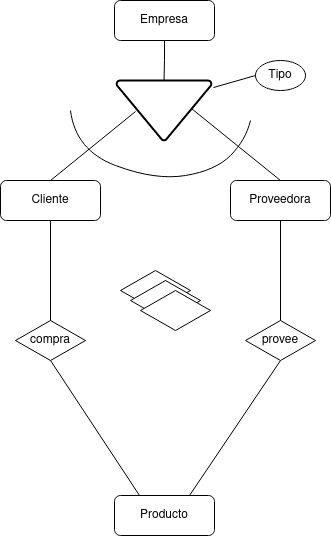
LuisMGlez/base-datos keeps this draw.io diagram as Unidad-1/Tareas/Tareas-evaluables/Tarea-evaluable-4/tarea-evaluable-4.drawio.png. Above is the earlier version. Source tidied: cells renumbered, new cells last; positions are measured from the earlier drawing's top-left corner, leaving out a move shared by most shapes. Source of this version:
```xml
<mxGraphModel>
  <root>
    <mxCell id="0" />
    <mxCell id="1" parent="0" />
    <mxCell id="2" value="Producto" style="rounded=1;whiteSpace=wrap;html=1;" parent="1" vertex="1">
      <mxGeometry x="114" y="495" width="100" height="40" as="geometry" />
    </mxCell>
    <mxCell id="3" style="edgeStyle=orthogonalEdgeStyle;rounded=0;jettySize=auto;html=1;exitX=0.5;exitY=1;exitDx=0;exitDy=0;entryX=0.5;entryY=0;entryDx=0;entryDy=0;endArrow=none;endFill=0;" parent="1" edge="1" source="4" target="21">
      <mxGeometry relative="1" as="geometry" />
    </mxCell>
    <mxCell id="4" value="Proveedora" style="rounded=1;whiteSpace=wrap;html=1;" parent="1" vertex="1">
      <mxGeometry x="230" y="180" width="100" height="40" as="geometry" />
    </mxCell>
    <mxCell id="5" style="edgeStyle=orthogonalEdgeStyle;rounded=0;jettySize=auto;html=1;exitX=0.5;exitY=1;exitDx=0;exitDy=0;entryX=0.5;entryY=0;entryDx=0;entryDy=0;endArrow=none;endFill=0;" parent="1" edge="1" source="6" target="19">
      <mxGeometry relative="1" as="geometry" />
    </mxCell>
    <mxCell id="6" value="Cliente" style="rounded=1;whiteSpace=wrap;html=1;" parent="1" vertex="1">
      <mxGeometry y="180" width="100" height="40" as="geometry" />
    </mxCell>
    <mxCell id="7" value="Empresa" style="rounded=1;whiteSpace=wrap;html=1;" parent="1" vertex="1">
      <mxGeometry x="114" width="100" height="40" as="geometry" />
    </mxCell>
    <mxCell id="8" style="strokeWidth=2;html=1;shape=mxgraph.flowchart.merge_or_storage;whiteSpace=wrap;" parent="1" vertex="1">
      <mxGeometry x="116" y="80" width="95" height="60" as="geometry" />
    </mxCell>
    <mxCell id="9" style="edgeStyle=orthogonalEdgeStyle;rounded=0;jettySize=auto;html=1;exitX=0.5;exitY=1;exitDx=0;exitDy=0;entryX=0.5;entryY=0;entryDx=0;entryDy=0;entryPerimeter=0;endArrow=none;endFill=0;" parent="1" edge="1" source="7" target="8">
      <mxGeometry relative="1" as="geometry" />
    </mxCell>
    <mxCell id="10" style="rounded=0;jettySize=auto;html=1;exitX=0.5;exitY=0;exitDx=0;exitDy=0;entryX=0.2;entryY=0.517;entryDx=0;entryDy=0;entryPerimeter=0;endArrow=none;endFill=0;" parent="1" edge="1" source="6" target="8">
      <mxGeometry relative="1" as="geometry" />
    </mxCell>
    <mxCell id="11" style="rounded=0;jettySize=auto;html=1;exitX=0.5;exitY=0;exitDx=0;exitDy=0;entryX=0.789;entryY=0.467;entryDx=0;entryDy=0;entryPerimeter=0;endArrow=none;endFill=0;" parent="1" edge="1" source="4" target="8">
      <mxGeometry relative="1" as="geometry" />
    </mxCell>
    <mxCell id="12" value="Tipo" style="ellipse;whiteSpace=wrap;html=1;" parent="1" vertex="1">
      <mxGeometry x="255" y="60" width="50" height="30" as="geometry" />
    </mxCell>
    <mxCell id="13" style="rounded=0;jettySize=auto;html=1;exitX=0;exitY=0.5;exitDx=0;exitDy=0;entryX=1.021;entryY=0.117;entryDx=0;entryDy=0;entryPerimeter=0;endArrow=none;endFill=0;" parent="1" edge="1" source="12" target="8">
      <mxGeometry relative="1" as="geometry" />
    </mxCell>
    <mxCell id="14" style="curved=1;endArrow=none;html=1;rounded=0;endFill=0;" parent="1" edge="1">
      <mxGeometry relative="1" as="geometry">
        <mxPoint x="70" y="110" as="sourcePoint" />
        <mxPoint x="250" y="120" as="targetPoint" />
        <Array as="points">
          <mxPoint x="75" y="150" />
          <mxPoint x="155" y="180" />
          <mxPoint x="215" y="170" />
          <mxPoint x="245" y="140" />
        </Array>
      </mxGeometry>
    </mxCell>
    <mxCell id="15" style="rhombus;whiteSpace=wrap;html=1;" parent="1" vertex="1">
      <mxGeometry x="120" y="270" width="70" height="40" as="geometry" />
    </mxCell>
    <mxCell id="16" style="rhombus;whiteSpace=wrap;html=1;" parent="1" vertex="1">
      <mxGeometry x="130" y="280" width="70" height="40" as="geometry" />
    </mxCell>
    <mxCell id="17" style="rhombus;whiteSpace=wrap;html=1;" parent="1" vertex="1">
      <mxGeometry x="140" y="290" width="70" height="40" as="geometry" />
    </mxCell>
    <mxCell id="18" style="rounded=0;jettySize=auto;html=1;exitX=0.5;exitY=1;exitDx=0;exitDy=0;entryX=0.25;entryY=0;entryDx=0;entryDy=0;endArrow=none;endFill=0;" parent="1" edge="1" source="19" target="2">
      <mxGeometry relative="1" as="geometry" />
    </mxCell>
    <mxCell id="19" value="compra" style="rhombus;whiteSpace=wrap;html=1;" parent="1" vertex="1">
      <mxGeometry x="15" y="320" width="70" height="40" as="geometry" />
    </mxCell>
    <mxCell id="20" style="rounded=0;jettySize=auto;html=1;exitX=0.5;exitY=1;exitDx=0;exitDy=0;entryX=0.75;entryY=0;entryDx=0;entryDy=0;endArrow=none;endFill=0;" parent="1" edge="1" source="21" target="2">
      <mxGeometry relative="1" as="geometry" />
    </mxCell>
    <mxCell id="21" value="provee" style="rhombus;whiteSpace=wrap;html=1;" parent="1" vertex="1">
      <mxGeometry x="245" y="320" width="70" height="40" as="geometry" />
    </mxCell>
  </root>
</mxGraphModel>
```
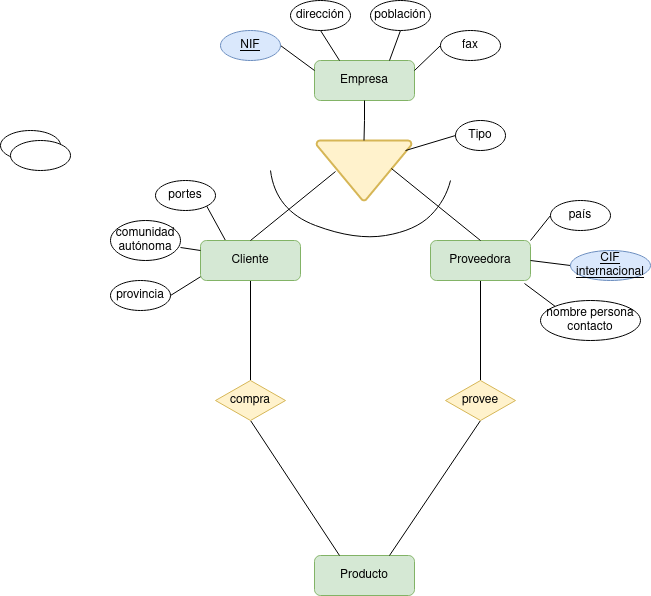
The same file after the commit.

Change to the diagram source:
```diff
@@ -2,25 +2,33 @@
   <root>
     <mxCell id="0" />
     <mxCell id="1" parent="0" />
-    <mxCell id="2" value="Producto" style="rounded=1;whiteSpace=wrap;html=1;" parent="1" vertex="1">
+    <mxCell id="2" value="Producto" style="rounded=1;whiteSpace=wrap;html=1;fillColor=#d5e8d4;strokeColor=#82b366;" parent="1" vertex="1">
       <mxGeometry x="114" y="495" width="100" height="40" as="geometry" />
     </mxCell>
     <mxCell id="3" style="edgeStyle=orthogonalEdgeStyle;rounded=0;jettySize=auto;html=1;exitX=0.5;exitY=1;exitDx=0;exitDy=0;entryX=0.5;entryY=0;entryDx=0;entryDy=0;endArrow=none;endFill=0;" parent="1" edge="1" source="4" target="21">
       <mxGeometry relative="1" as="geometry" />
     </mxCell>
-    <mxCell id="4" value="Proveedora" style="rounded=1;whiteSpace=wrap;html=1;" parent="1" vertex="1">
+    <mxCell id="4" value="Proveedora" style="rounded=1;whiteSpace=wrap;html=1;fillColor=#d5e8d4;strokeColor=#82b366;" parent="1" vertex="1">
       <mxGeometry x="230" y="180" width="100" height="40" as="geometry" />
     </mxCell>
     <mxCell id="5" style="edgeStyle=orthogonalEdgeStyle;rounded=0;jettySize=auto;html=1;exitX=0.5;exitY=1;exitDx=0;exitDy=0;entryX=0.5;entryY=0;entryDx=0;entryDy=0;endArrow=none;endFill=0;" parent="1" edge="1" source="6" target="19">
       <mxGeometry relative="1" as="geometry" />
     </mxCell>
+    <mxCell id="22" style="rounded=0;jettySize=auto;html=1;exitX=0.25;exitY=0;exitDx=0;exitDy=0;entryX=1;entryY=1;entryDx=0;entryDy=0;endArrow=none;endFill=0;" parent="1" edge="1" source="6" target="27">
+      <mxGeometry relative="1" as="geometry" />
+    </mxCell>
+    <mxCell id="23" style="rounded=0;jettySize=auto;html=1;entryX=1;entryY=0.5;entryDx=0;entryDy=0;endArrow=none;endFill=0;" parent="1" edge="1" target="37">
+      <mxGeometry relative="1" as="geometry">
+        <mxPoint x="10" y="210" as="sourcePoint" />
+      </mxGeometry>
+    </mxCell>
-    <mxCell id="6" value="Cliente" style="rounded=1;whiteSpace=wrap;html=1;" parent="1" vertex="1">
+    <mxCell id="6" value="Cliente" style="rounded=1;whiteSpace=wrap;html=1;fillColor=#d5e8d4;strokeColor=#82b366;" parent="1" vertex="1">
       <mxGeometry y="180" width="100" height="40" as="geometry" />
     </mxCell>
-    <mxCell id="7" value="Empresa" style="rounded=1;whiteSpace=wrap;html=1;" parent="1" vertex="1">
+    <mxCell id="7" value="Empresa" style="rounded=1;whiteSpace=wrap;html=1;fillColor=#d5e8d4;strokeColor=#82b366;" parent="1" vertex="1">
       <mxGeometry x="114" width="100" height="40" as="geometry" />
     </mxCell>
-    <mxCell id="8" style="strokeWidth=2;html=1;shape=mxgraph.flowchart.merge_or_storage;whiteSpace=wrap;" parent="1" vertex="1">
+    <mxCell id="8" style="strokeWidth=2;html=1;shape=mxgraph.flowchart.merge_or_storage;whiteSpace=wrap;fillColor=#fff2cc;strokeColor=#d6b656;" parent="1" vertex="1">
       <mxGeometry x="116" y="80" width="95" height="60" as="geometry" />
     </mxCell>
     <mxCell id="9" style="edgeStyle=orthogonalEdgeStyle;rounded=0;jettySize=auto;html=1;exitX=0.5;exitY=1;exitDx=0;exitDy=0;entryX=0.5;entryY=0;entryDx=0;entryDy=0;entryPerimeter=0;endArrow=none;endFill=0;" parent="1" edge="1" source="7" target="8">
@@ -35,7 +43,7 @@
     <mxCell id="12" value="Tipo" style="ellipse;whiteSpace=wrap;html=1;" parent="1" vertex="1">
       <mxGeometry x="255" y="60" width="50" height="30" as="geometry" />
     </mxCell>
-    <mxCell id="13" style="rounded=0;jettySize=auto;html=1;exitX=0;exitY=0.5;exitDx=0;exitDy=0;entryX=1.021;entryY=0.117;entryDx=0;entryDy=0;entryPerimeter=0;endArrow=none;endFill=0;" parent="1" edge="1" source="12" target="8">
+    <mxCell id="13" style="rounded=0;jettySize=auto;html=1;exitX=0;exitY=0.5;exitDx=0;exitDy=0;entryX=0.937;entryY=0.167;entryDx=0;entryDy=0;entryPerimeter=0;endArrow=none;endFill=0;" parent="1" edge="1" source="12" target="8">
       <mxGeometry relative="1" as="geometry" />
     </mxCell>
     <mxCell id="14" style="curved=1;endArrow=none;html=1;rounded=0;endFill=0;" parent="1" edge="1">
@@ -50,26 +58,77 @@
         </Array>
       </mxGeometry>
     </mxCell>
-    <mxCell id="15" style="rhombus;whiteSpace=wrap;html=1;" parent="1" vertex="1">
-      <mxGeometry x="120" y="270" width="70" height="40" as="geometry" />
-    </mxCell>
-    <mxCell id="16" style="rhombus;whiteSpace=wrap;html=1;" parent="1" vertex="1">
-      <mxGeometry x="130" y="280" width="70" height="40" as="geometry" />
-    </mxCell>
-    <mxCell id="17" style="rhombus;whiteSpace=wrap;html=1;" parent="1" vertex="1">
-      <mxGeometry x="140" y="290" width="70" height="40" as="geometry" />
-    </mxCell>
     <mxCell id="18" style="rounded=0;jettySize=auto;html=1;exitX=0.5;exitY=1;exitDx=0;exitDy=0;entryX=0.25;entryY=0;entryDx=0;entryDy=0;endArrow=none;endFill=0;" parent="1" edge="1" source="19" target="2">
       <mxGeometry relative="1" as="geometry" />
     </mxCell>
-    <mxCell id="19" value="compra" style="rhombus;whiteSpace=wrap;html=1;" parent="1" vertex="1">
+    <mxCell id="19" value="compra" style="rhombus;whiteSpace=wrap;html=1;fillColor=#fff2cc;strokeColor=#d6b656;" parent="1" vertex="1">
       <mxGeometry x="15" y="320" width="70" height="40" as="geometry" />
     </mxCell>
     <mxCell id="20" style="rounded=0;jettySize=auto;html=1;exitX=0.5;exitY=1;exitDx=0;exitDy=0;entryX=0.75;entryY=0;entryDx=0;entryDy=0;endArrow=none;endFill=0;" parent="1" edge="1" source="21" target="2">
       <mxGeometry relative="1" as="geometry" />
     </mxCell>
-    <mxCell id="21" value="provee" style="rhombus;whiteSpace=wrap;html=1;" parent="1" vertex="1">
+    <mxCell id="21" value="provee" style="rhombus;whiteSpace=wrap;html=1;fillColor=#fff2cc;strokeColor=#d6b656;" parent="1" vertex="1">
       <mxGeometry x="245" y="320" width="70" height="40" as="geometry" />
     </mxCell>
+    <mxCell id="24" style="ellipse;whiteSpace=wrap;html=1;" parent="1" vertex="1">
+      <mxGeometry x="-200" y="70" width="60" height="30" as="geometry" />
+    </mxCell>
+    <mxCell id="25" style="ellipse;whiteSpace=wrap;html=1;" parent="1" vertex="1">
+      <mxGeometry x="-190" y="80" width="60" height="30" as="geometry" />
+    </mxCell>
+    <mxCell id="26" value="nombre persona contacto" style="ellipse;whiteSpace=wrap;html=1;" parent="1" vertex="1">
+      <mxGeometry x="340" y="240" width="100" height="40" as="geometry" />
+    </mxCell>
+    <mxCell id="27" value="portes" style="ellipse;whiteSpace=wrap;html=1;" parent="1" vertex="1">
+      <mxGeometry x="-45" y="120" width="60" height="30" as="geometry" />
+    </mxCell>
+    <mxCell id="28" style="rounded=0;jettySize=auto;html=1;exitX=0;exitY=0.5;exitDx=0;exitDy=0;entryX=1;entryY=0.25;entryDx=0;entryDy=0;endArrow=none;endFill=0;" parent="1" edge="1" source="29" target="7">
+      <mxGeometry relative="1" as="geometry" />
+    </mxCell>
+    <mxCell id="29" value="fax" style="ellipse;whiteSpace=wrap;html=1;" parent="1" vertex="1">
+      <mxGeometry x="240" y="-30" width="60" height="30" as="geometry" />
+    </mxCell>
+    <mxCell id="30" style="rounded=0;jettySize=auto;html=1;exitX=0.5;exitY=1;exitDx=0;exitDy=0;entryX=0.75;entryY=0;entryDx=0;entryDy=0;endArrow=none;endFill=0;" parent="1" edge="1" source="31" target="7">
+      <mxGeometry relative="1" as="geometry" />
+    </mxCell>
+    <mxCell id="31" value="población" style="ellipse;whiteSpace=wrap;html=1;" parent="1" vertex="1">
+      <mxGeometry x="170" y="-60" width="60" height="30" as="geometry" />
+    </mxCell>
+    <mxCell id="32" style="rounded=0;jettySize=auto;html=1;exitX=0.5;exitY=1;exitDx=0;exitDy=0;entryX=0.25;entryY=0;entryDx=0;entryDy=0;endArrow=none;endFill=0;" parent="1" edge="1" source="33" target="7">
+      <mxGeometry relative="1" as="geometry" />
+    </mxCell>
+    <mxCell id="33" value="dirección" style="ellipse;whiteSpace=wrap;html=1;" parent="1" vertex="1">
+      <mxGeometry x="90" y="-60" width="60" height="30" as="geometry" />
+    </mxCell>
+    <mxCell id="34" style="rounded=0;jettySize=auto;html=1;exitX=1;exitY=0.5;exitDx=0;exitDy=0;entryX=0;entryY=0.25;entryDx=0;entryDy=0;endArrow=none;endFill=0;" parent="1" edge="1" source="35" target="7">
+      <mxGeometry relative="1" as="geometry" />
+    </mxCell>
+    <mxCell id="35" value="&lt;u&gt;NIF&lt;/u&gt;" style="ellipse;whiteSpace=wrap;html=1;fillColor=#dae8fc;strokeColor=#6c8ebf;" parent="1" vertex="1">
+      <mxGeometry x="20" y="-30" width="60" height="30" as="geometry" />
+    </mxCell>
+    <mxCell id="36" value="comunidad autónoma" style="ellipse;whiteSpace=wrap;html=1;" parent="1" vertex="1">
+      <mxGeometry x="-90" y="160" width="70" height="40" as="geometry" />
+    </mxCell>
+    <mxCell id="37" value="provincia" style="ellipse;whiteSpace=wrap;html=1;" parent="1" vertex="1">
+      <mxGeometry x="-90" y="220" width="60" height="30" as="geometry" />
+    </mxCell>
+    <mxCell id="38" style="rounded=0;jettySize=auto;html=1;exitX=0;exitY=0.25;exitDx=0;exitDy=0;entryX=1;entryY=0.675;entryDx=0;entryDy=0;entryPerimeter=0;endArrow=none;endFill=0;" parent="1" edge="1" source="6" target="36">
+      <mxGeometry relative="1" as="geometry" />
+    </mxCell>
+    <mxCell id="39" style="rounded=0;jettySize=auto;html=1;exitX=0;exitY=0.5;exitDx=0;exitDy=0;entryX=1;entryY=0.5;entryDx=0;entryDy=0;endArrow=none;endFill=0;" parent="1" edge="1" source="40" target="4">
+      <mxGeometry relative="1" as="geometry" />
+    </mxCell>
+    <mxCell id="40" value="&lt;u&gt;CIF internacional&lt;/u&gt;" style="ellipse;whiteSpace=wrap;html=1;fillColor=#dae8fc;strokeColor=#6c8ebf;" parent="1" vertex="1">
+      <mxGeometry x="370" y="190" width="80" height="30" as="geometry" />
+    </mxCell>
+    <mxCell id="41" style="rounded=0;jettySize=auto;html=1;exitX=0;exitY=0.5;exitDx=0;exitDy=0;entryX=1;entryY=0;entryDx=0;entryDy=0;endArrow=none;endFill=0;" parent="1" edge="1" source="42" target="4">
+      <mxGeometry relative="1" as="geometry" />
+    </mxCell>
+    <mxCell id="42" value="país" style="ellipse;whiteSpace=wrap;html=1;" parent="1" vertex="1">
+      <mxGeometry x="350" y="140" width="60" height="30" as="geometry" />
+    </mxCell>
+    <mxCell id="43" style="rounded=0;jettySize=auto;html=1;exitX=0;exitY=0;exitDx=0;exitDy=0;entryX=0.94;entryY=1.075;entryDx=0;entryDy=0;entryPerimeter=0;endArrow=none;endFill=0;" parent="1" edge="1" source="26" target="4">
+      <mxGeometry relative="1" as="geometry" />
+    </mxCell>
   </root>
 </mxGraphModel>
```
